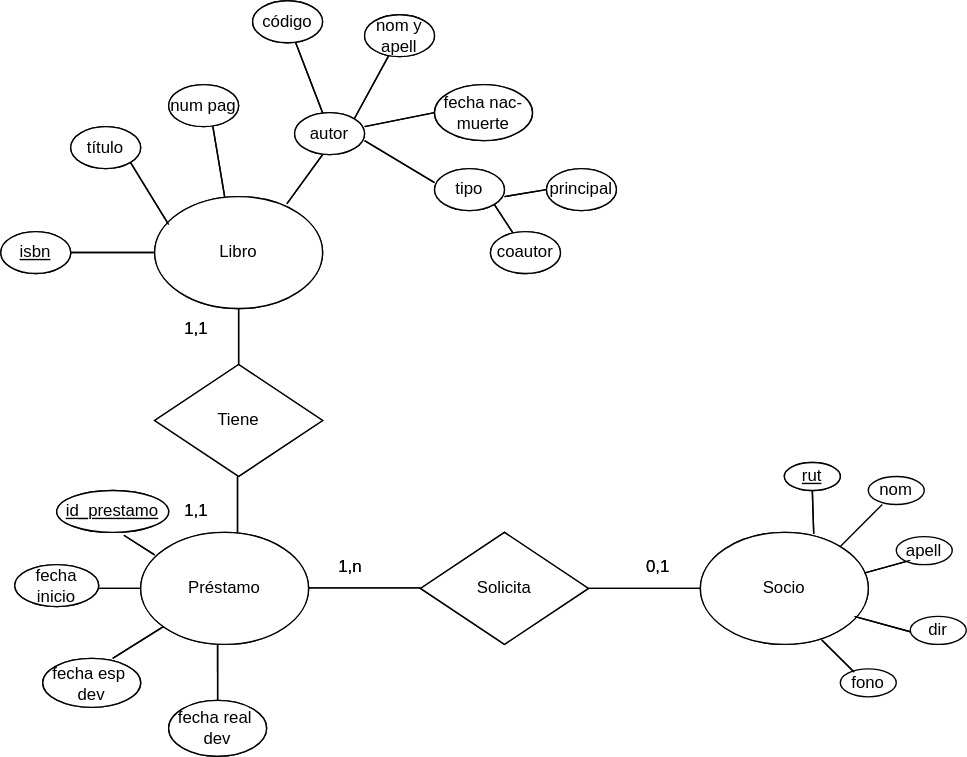
Before: modelo conceptual.drawio.svg, a diagram exported from draw.io (FranSantander/-Biblioteca). Source tidied: cells renumbered, new cells last; positions are measured from the earlier drawing's top-left corner, leaving out a move shared by most shapes.
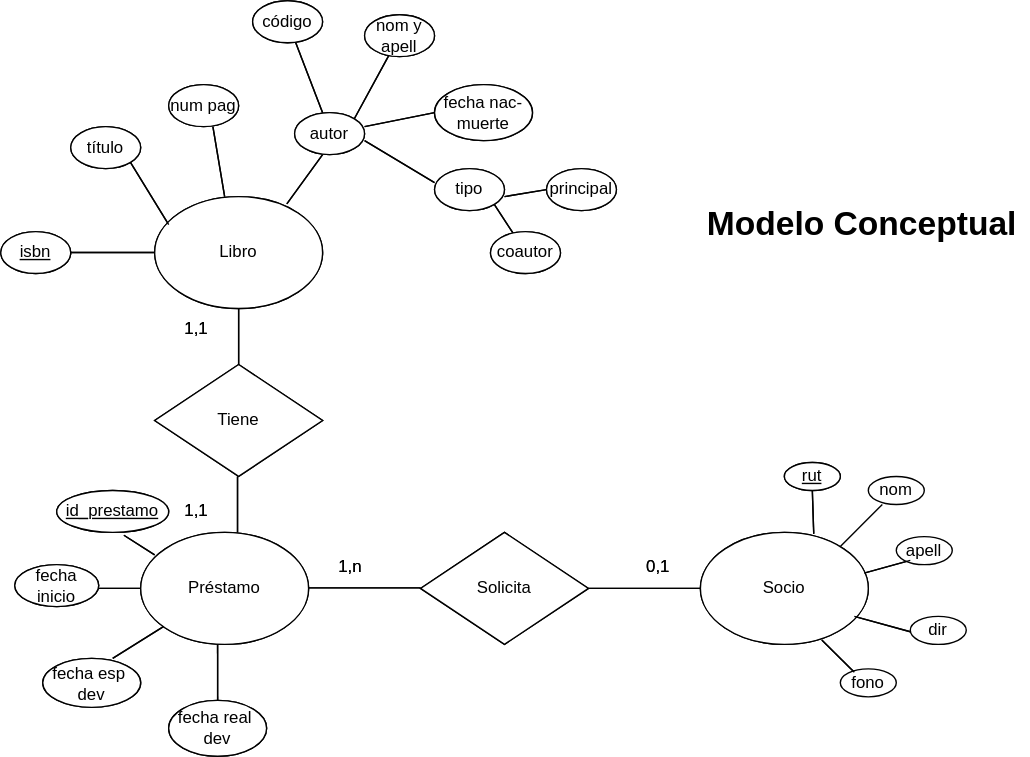
The same diagram one commit later.

Diff of the diagram source:
```diff
@@ -178,6 +178,9 @@
     <mxCell id="47" style="endArrow=none;html=1;rounded=0;entryX=0.083;entryY=0.2;entryDx=0;entryDy=0;entryPerimeter=0;exitX=0.6;exitY=1.067;exitDx=0;exitDy=0;exitPerimeter=0;" parent="1" edge="1" source="46" target="3">
       <mxGeometry relative="1" as="geometry" />
     </mxCell>
+    <mxCell id="100" value="&lt;h1&gt;Modelo Conceptual&lt;/h1&gt;" style="text;html=1;strokeColor=none;fillColor=none;spacing=5;spacingTop=-20;whiteSpace=wrap;overflow=hidden;rounded=0;" parent="1" vertex="1">
+      <mxGeometry x="500" y="140" width="235" height="40" as="geometry" />
+    </mxCell>
     <mxCell id="48" value="Capa sin título" parent="0" />
     <mxCell id="49" value="Libro" style="ellipse;whiteSpace=wrap;html=1;" parent="48" vertex="1">
       <mxGeometry x="110" y="140" width="120" height="80" as="geometry" />
```
